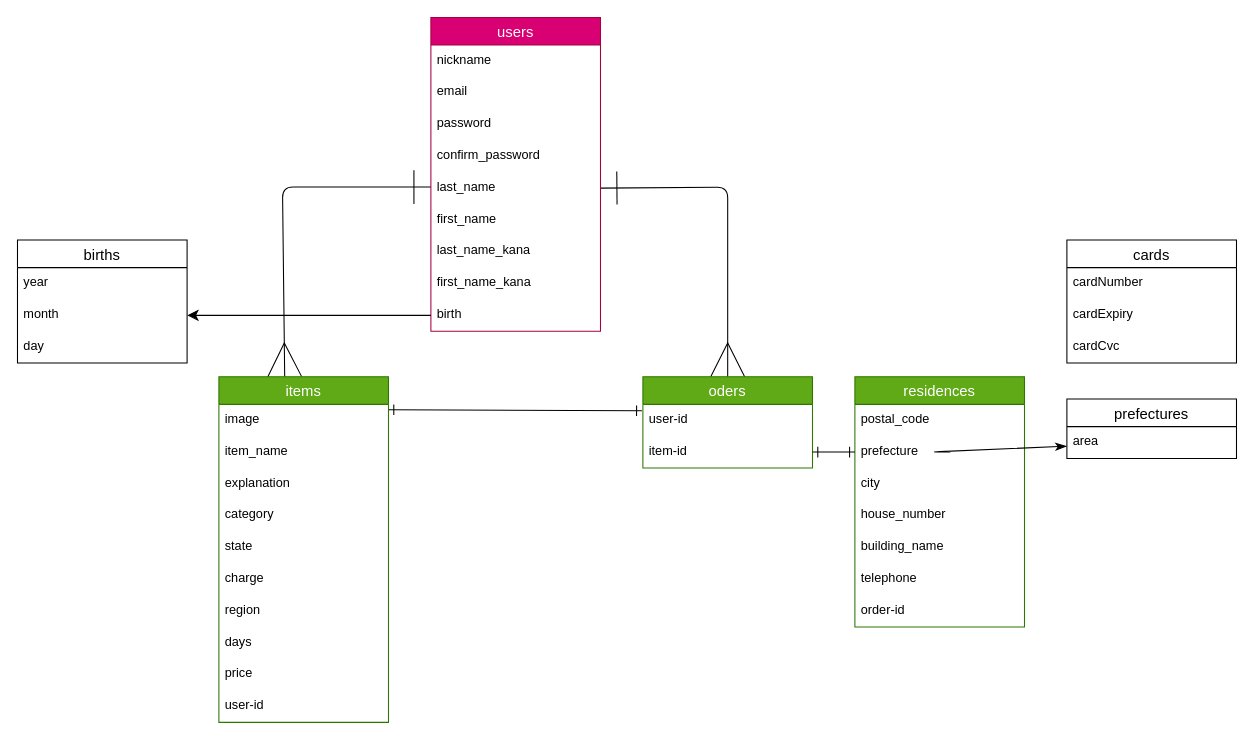
Before: test.drawio in umeeee0325/furima-40270, a draw.io diagram. Source tidied: cells renumbered, new cells numbered last; positions are measured from the earlier drawing's top-left corner, leaving out a move shared by most shapes. Both pictures are drawn from the tidied source at 106%, with x=0, y=0 at pixel (17, 17).
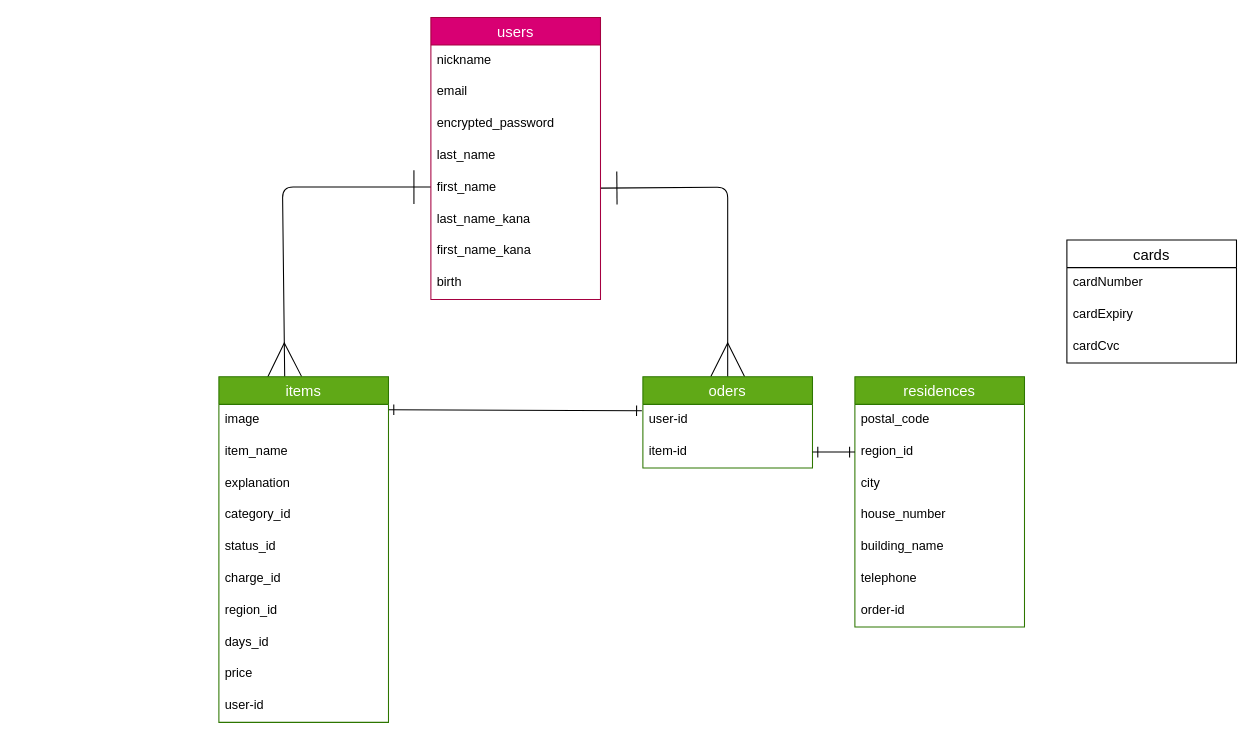
After the change.

Commit message (it also covers changes not shown here):
データベース設計修正②

The change refers to these unchanged cells:
```xml
<mxCell id="15" value="items" style="swimlane;fontStyle=0;horizontal=1;startSize=26;align=center;fontSize=14;fillColor=#60a917;fontColor=#ffffff;strokeColor=#2D7600;" parent="1" vertex="1">
  <mxGeometry x="190" y="339" width="160" height="326" as="geometry" />
</mxCell>
<mxCell id="29" value="residences" style="swimlane;fontStyle=0;horizontal=1;startSize=26;align=center;fontSize=14;fillColor=#60a917;fontColor=#ffffff;strokeColor=#2D7600;" parent="1" vertex="1">
  <mxGeometry x="790" y="339" width="160" height="236" as="geometry" />
</mxCell>
```

What changed in the source:
```diff
@@
     <mxCell id="4" value="users" style="swimlane;fontStyle=0;horizontal=1;startSize=26;align=center;fontSize=14;fillColor=#d80073;fontColor=#ffffff;strokeColor=#A50040;" parent="1" vertex="1">
-      <mxGeometry x="390" width="160" height="296" as="geometry" />
+      <mxGeometry x="390" width="160" height="266" as="geometry" />
     </mxCell>
@@
-    <mxCell id="7" value="password" style="text;strokeColor=none;fillColor=none;spacingLeft=4;spacingRight=4;overflow=hidden;fontSize=12;" parent="4" vertex="1">
+    <mxCell id="7" value="encrypted_password" style="text;strokeColor=none;fillColor=none;spacingLeft=4;spacingRight=4;overflow=hidden;fontSize=12;" parent="4" vertex="1">
       <mxGeometry y="86" width="160" height="30" as="geometry" />
     </mxCell>
-    <mxCell id="8" value="confirm_password" style="text;strokeColor=none;fillColor=none;spacingLeft=4;spacingRight=4;overflow=hidden;fontSize=12;" parent="4" vertex="1">
-      <mxGeometry y="116" width="160" height="30" as="geometry" />
-    </mxCell>
     <mxCell id="9" value="last_name" style="text;strokeColor=none;fillColor=none;spacingLeft=4;spacingRight=4;overflow=hidden;fontSize=12;" parent="4" vertex="1">
-      <mxGeometry y="146" width="160" height="30" as="geometry" />
+      <mxGeometry y="116" width="160" height="30" as="geometry" />
     </mxCell>
     <mxCell id="10" value="first_name" style="text;strokeColor=none;fillColor=none;spacingLeft=4;spacingRight=4;overflow=hidden;fontSize=12;" parent="4" vertex="1">
-      <mxGeometry y="176" width="160" height="30" as="geometry" />
+      <mxGeometry y="146" width="160" height="30" as="geometry" />
     </mxCell>
     <mxCell id="11" value="last_name_kana" style="text;strokeColor=none;fillColor=none;spacingLeft=4;spacingRight=4;overflow=hidden;fontSize=12;" parent="4" vertex="1">
-      <mxGeometry y="206" width="160" height="30" as="geometry" />
+      <mxGeometry y="176" width="160" height="30" as="geometry" />
     </mxCell>
     <mxCell id="12" value="first_name_kana" style="text;strokeColor=none;fillColor=none;spacingLeft=4;spacingRight=4;overflow=hidden;fontSize=12;" parent="4" vertex="1">
-      <mxGeometry y="236" width="160" height="30" as="geometry" />
+      <mxGeometry y="206" width="160" height="30" as="geometry" />
     </mxCell>
     <mxCell id="13" value="birth" style="text;strokeColor=none;fillColor=none;spacingLeft=4;spacingRight=4;overflow=hidden;points=[[0,0.5],[1,0.5]];portConstraint=eastwest;fontSize=12;" parent="4" vertex="1">
-      <mxGeometry y="266" width="160" height="30" as="geometry" />
+      <mxGeometry y="236" width="160" height="30" as="geometry" />
     </mxCell>
@@
-    <mxCell id="19" value="category" style="text;strokeColor=none;fillColor=none;spacingLeft=4;spacingRight=4;overflow=hidden;fontSize=12;" parent="15" vertex="1">
+    <mxCell id="19" value="category_id" style="text;strokeColor=none;fillColor=none;spacingLeft=4;spacingRight=4;overflow=hidden;fontSize=12;" parent="15" vertex="1">
       <mxGeometry y="116" width="160" height="30" as="geometry" />
     </mxCell>
-    <mxCell id="20" value="state" style="text;strokeColor=none;fillColor=none;spacingLeft=4;spacingRight=4;overflow=hidden;fontSize=12;" parent="15" vertex="1">
+    <mxCell id="20" value="status_id" style="text;strokeColor=none;fillColor=none;spacingLeft=4;spacingRight=4;overflow=hidden;fontSize=12;" parent="15" vertex="1">
       <mxGeometry y="146" width="160" height="30" as="geometry" />
     </mxCell>
-    <mxCell id="21" value="charge" style="text;strokeColor=none;fillColor=none;spacingLeft=4;spacingRight=4;overflow=hidden;fontSize=12;" parent="15" vertex="1">
+    <mxCell id="21" value="charge_id" style="text;strokeColor=none;fillColor=none;spacingLeft=4;spacingRight=4;overflow=hidden;fontSize=12;" parent="15" vertex="1">
       <mxGeometry y="176" width="160" height="30" as="geometry" />
     </mxCell>
-    <mxCell id="22" value="region" style="text;strokeColor=none;fillColor=none;spacingLeft=4;spacingRight=4;overflow=hidden;fontSize=12;" parent="15" vertex="1">
+    <mxCell id="22" value="region_id" style="text;strokeColor=none;fillColor=none;spacingLeft=4;spacingRight=4;overflow=hidden;fontSize=12;" parent="15" vertex="1">
       <mxGeometry y="206" width="160" height="30" as="geometry" />
     </mxCell>
-    <mxCell id="23" value="days" style="text;strokeColor=none;fillColor=none;spacingLeft=4;spacingRight=4;overflow=hidden;fontSize=12;" parent="15" vertex="1">
+    <mxCell id="23" value="days_id" style="text;strokeColor=none;fillColor=none;spacingLeft=4;spacingRight=4;overflow=hidden;fontSize=12;" parent="15" vertex="1">
       <mxGeometry y="236" width="160" height="30" as="geometry" />
     </mxCell>
@@
-    <mxCell id="31" value="prefecture" style="text;strokeColor=none;fillColor=none;spacingLeft=4;spacingRight=4;overflow=hidden;points=[[0,0.5],[1,0.5]];portConstraint=eastwest;fontSize=12;" parent="29" vertex="1">
+    <mxCell id="31" value="region_id" style="text;strokeColor=none;fillColor=none;spacingLeft=4;spacingRight=4;overflow=hidden;points=[[0,0.5],[1,0.5]];portConstraint=eastwest;fontSize=12;" parent="29" vertex="1">
       <mxGeometry y="56" width="160" height="30" as="geometry" />
     </mxCell>
@@
-    <mxCell id="37" value="prefectures" style="swimlane;fontStyle=0;horizontal=1;startSize=26;align=center;fontSize=14;" parent="1" vertex="1">
-      <mxGeometry x="990" y="360" width="160" height="56" as="geometry" />
-    </mxCell>
-    <mxCell id="38" value="area" style="text;strokeColor=none;fillColor=none;spacingLeft=4;spacingRight=4;overflow=hidden;points=[[0,0.5],[1,0.5]];portConstraint=eastwest;fontSize=12;" parent="37" vertex="1">
-      <mxGeometry y="26" width="160" height="30" as="geometry" />
-    </mxCell>
@@
-    <mxCell id="43" style="edgeStyle=none;html=1;startArrow=none;startFill=0;endArrow=classicThin;endFill=1;startSize=29;endSize=8;sourcePerimeterSpacing=0;" parent="1" edge="1" target="38">
-      <mxGeometry relative="1" as="geometry">
-        <mxPoint x="880" y="410" as="sourcePoint" />
-        <Array as="points">
-          <mxPoint x="860" y="410" />
-        </Array>
-      </mxGeometry>
-    </mxCell>
@@
-    <mxCell id="45" value="births" style="swimlane;fontStyle=0;horizontal=1;startSize=26;align=center;fontSize=14;" parent="1" vertex="1">
-      <mxGeometry y="210" width="160" height="116" as="geometry" />
-    </mxCell>
-    <mxCell id="46" value="year" style="text;strokeColor=none;fillColor=none;spacingLeft=4;spacingRight=4;overflow=hidden;fontSize=12;" parent="45" vertex="1">
-      <mxGeometry y="26" width="160" height="30" as="geometry" />
-    </mxCell>
-    <mxCell id="47" value="month" style="text;strokeColor=none;fillColor=none;spacingLeft=4;spacingRight=4;overflow=hidden;points=[[0,0.5],[1,0.5]];portConstraint=eastwest;fontSize=12;" parent="45" vertex="1">
-      <mxGeometry y="56" width="160" height="30" as="geometry" />
-    </mxCell>
-    <mxCell id="48" value="day" style="text;strokeColor=none;fillColor=none;spacingLeft=4;spacingRight=4;overflow=hidden;fontSize=12;" parent="45" vertex="1">
-      <mxGeometry y="86" width="160" height="30" as="geometry" />
-    </mxCell>
-    <mxCell id="49" style="edgeStyle=none;html=1;entryX=1;entryY=0.5;entryDx=0;entryDy=0;startArrow=none;startFill=0;endArrow=classic;endFill=1;startSize=8;endSize=8;sourcePerimeterSpacing=0;" parent="1" edge="1" source="13" target="47">
-      <mxGeometry relative="1" as="geometry" />
-    </mxCell>
```
